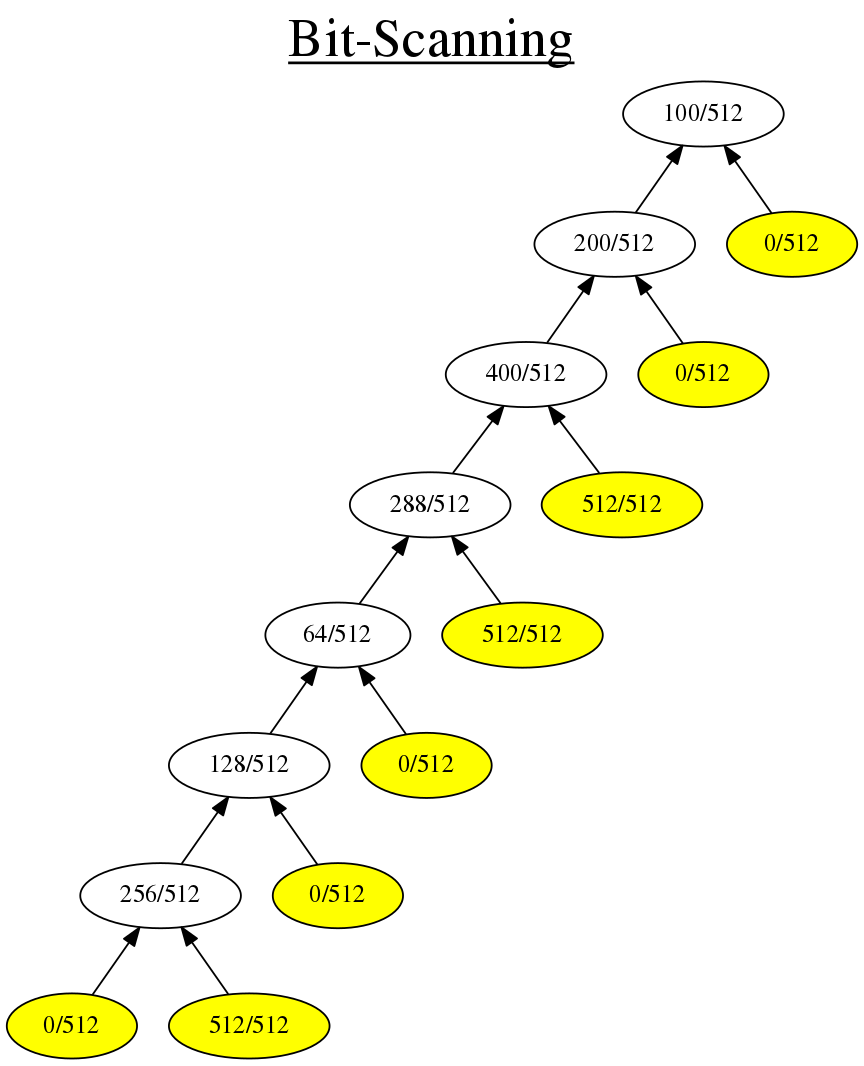
The Graphviz diagram GuiTool/image/BitScanning/BitScanningDot.png in iitramar/guiTool, before a commit. Its source is kept beside it as GuiTool/image/BitScanning/BitScanningDot.dot.
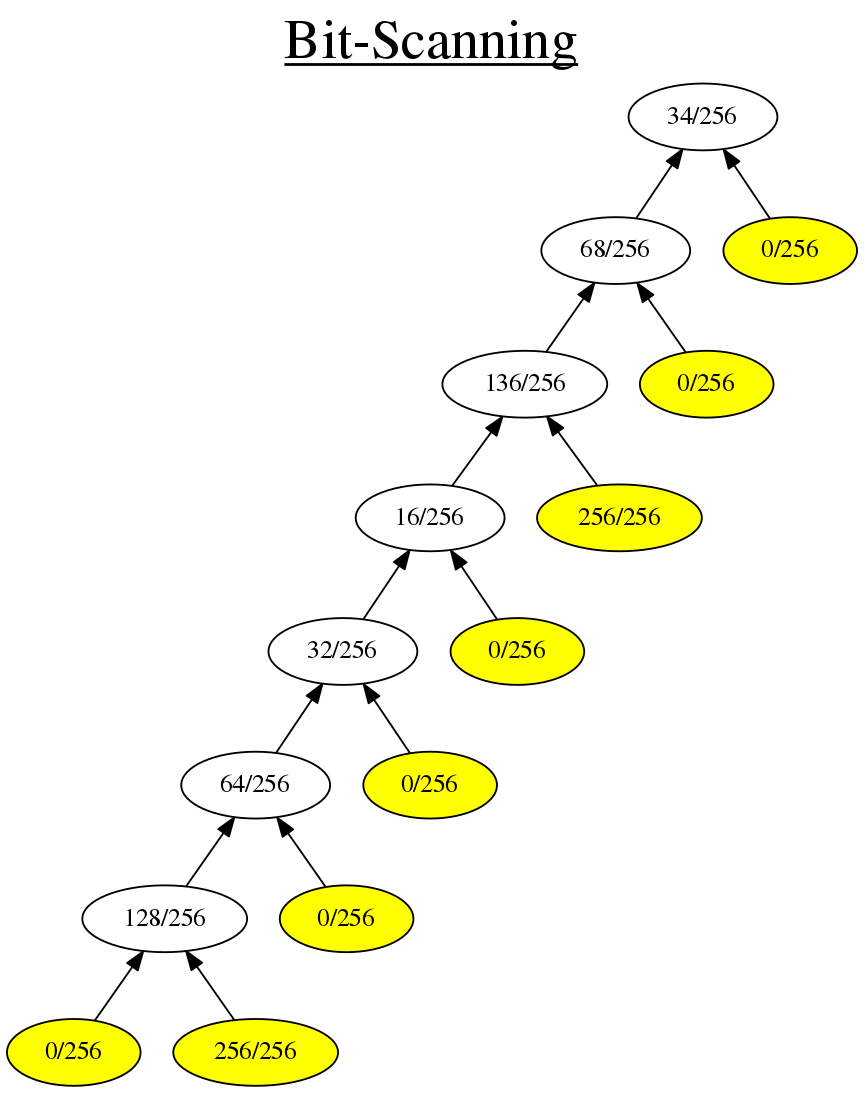
The same file after the commit.

What changed in the source:
```diff
@@ -1,34 +1,34 @@
 digraph G {
 rankdir = BT;
 graph [label= <<u>Bit-Scanning</u>> , labelloc=t, fontsize=30];
-1[label= " 100/512 " ];
-2[label= " 200/512 " ];
+1[label= " 34/256 " ];
+2[label= " 68/256 " ];
 2->1
-3[label= " 0/512 " ];
+3[label= " 0/256 " ];
 3->1
-4[label= " 400/512 " ];
+4[label= " 136/256 " ];
 4->2
-5[label= " 0/512 " ];
+5[label= " 0/256 " ];
 5->2
-8[label= " 288/512 " ];
+8[label= " 16/256 " ];
 8->4
-9[label= " 512/512 " ];
+9[label= " 256/256 " ];
 9->4
-16[label= " 64/512 " ];
+16[label= " 32/256 " ];
 16->8
-17[label= " 512/512 " ];
+17[label= " 0/256 " ];
 17->8
-32[label= " 128/512 " ];
+32[label= " 64/256 " ];
 32->16
-33[label= " 0/512 " ];
+33[label= " 0/256 " ];
 33->16
-64[label= " 256/512 " ];
+64[label= " 128/256 " ];
 64->32
-65[label= " 0/512 " ];
+65[label= " 0/256 " ];
 65->32
-128[label= " 0/512 " ];
+128[label= " 0/256 " ];
 128->64
-129[label= " 512/512 " ];
+129[label= " 256/256 " ];
 129->64
 128[style=filled, fillcolor=yellow];
 129[style=filled, fillcolor=yellow];
```
